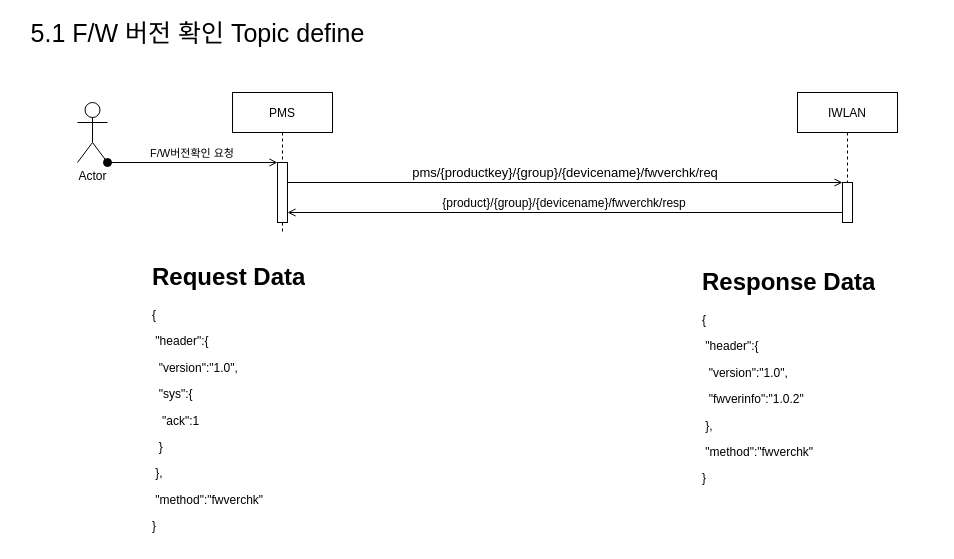
carnavi-jskim/draw.io keeps this draw.io diagram as page "5.1 F/W 버전 확인 Topic define" (1 of 2) of s-project-ota.drawio. Above is the earlier version. Source tidied: cells renumbered, new cells numbered last; positions are measured from the earlier drawing's top-left corner, leaving out a move shared by most shapes. Both pictures are drawn from the tidied source at 100%, with x=0, y=0 at pixel (17, 22).
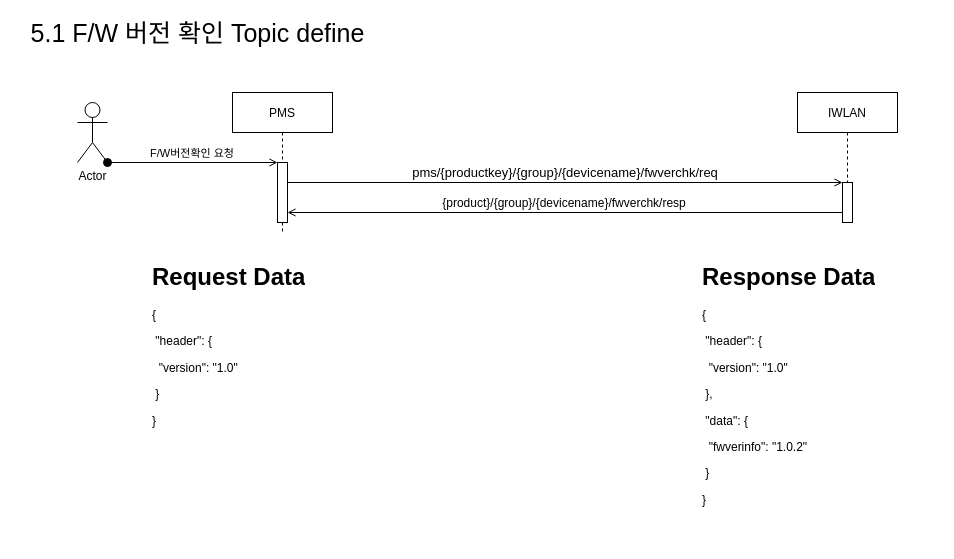
Above is the later version.

What changed in the source:
```diff
@@
 <mxGraphModel>
   <root>
     <mxCell id="0" />
     <mxCell id="1" parent="0" />
     <mxCell id="2" value="PMS" style="shape=umlLifeline;perimeter=lifelinePerimeter;rounded=0;shadow=0;strokeWidth=1;" parent="1" vertex="1">
       <mxGeometry x="215" y="70" width="100" height="140" as="geometry" />
     </mxCell>
     <mxCell id="3" style="points=[];perimeter=orthogonalPerimeter;rounded=0;shadow=0;strokeWidth=1;" parent="2" vertex="1">
       <mxGeometry x="45" y="70" width="10" height="60" as="geometry" />
     </mxCell>
     <mxCell id="4" value="pms/{productkey}/{group}/{devicename}/fwverchk/req" style="verticalAlign=bottom;endArrow=open;entryX=0;entryY=0;shadow=0;strokeWidth=1;fontSize=13;fontStyle=0;endFill=0;" parent="1" edge="1">
       <mxGeometry relative="1" as="geometry">
         <mxPoint x="270" y="160" as="sourcePoint" />
         <mxPoint x="825" y="160" as="targetPoint" />
       </mxGeometry>
     </mxCell>
     <mxCell id="5" value="{product}/{group}/{devicename}/fwverchk/resp" style="verticalAlign=bottom;endArrow=open;entryX=1;entryY=0;shadow=0;strokeWidth=1;fontSize=12;endFill=0;" parent="1" edge="1" source="10">
       <mxGeometry relative="1" as="geometry">
         <mxPoint x="270" y="190" as="targetPoint" />
       </mxGeometry>
     </mxCell>
     <mxCell id="6" value="Actor" style="shape=umlActor;verticalLabelPosition=bottom;verticalAlign=top;html=1;outlineConnect=0;" parent="1" vertex="1">
       <mxGeometry x="60" y="80" width="30" height="60" as="geometry" />
     </mxCell>
     <mxCell id="7" value="F/W버전확인 요청" style="verticalAlign=bottom;startArrow=oval;endArrow=open;startSize=8;shadow=0;strokeWidth=1;exitX=1;exitY=1;exitDx=0;exitDy=0;exitPerimeter=0;endFill=0;" parent="1" edge="1" source="6" target="3">
       <mxGeometry relative="1" as="geometry" />
     </mxCell>
     <mxCell id="8" value="&lt;font style=&quot;font-size: 25px&quot;&gt;5.1 F/W 버전 확인 Topic define&lt;/font&gt;" style="text;html=1;align=center;verticalAlign=middle;strokeColor=none;" parent="1" vertex="1">
       <mxGeometry width="360" height="20" as="geometry" />
     </mxCell>
     <mxCell id="9" value="IWLAN" style="shape=umlLifeline;perimeter=lifelinePerimeter;rounded=0;shadow=0;strokeWidth=1;" parent="1" vertex="1">
       <mxGeometry x="780" y="70" width="100" height="130" as="geometry" />
     </mxCell>
     <mxCell id="10" style="points=[];perimeter=orthogonalPerimeter;rounded=0;shadow=0;strokeWidth=1;" parent="9" vertex="1">
       <mxGeometry x="45" y="90" width="10" height="40" as="geometry" />
     </mxCell>
-    <mxCell id="11" value="&lt;h1&gt;Request Data&lt;/h1&gt;&lt;p&gt;{&lt;/p&gt;&lt;p&gt;&lt;span style=&quot;white-space: pre&quot;&gt; &lt;/span&gt;&quot;header&quot;:{&lt;br&gt;&lt;/p&gt;&lt;p&gt;&lt;span style=&quot;white-space: pre&quot;&gt; &lt;/span&gt;&lt;span style=&quot;white-space: pre&quot;&gt; &lt;/span&gt;&quot;version&quot;:&quot;1.0&quot;,&lt;br&gt;&lt;/p&gt;&lt;p&gt;&lt;span style=&quot;white-space: pre&quot;&gt; &lt;/span&gt;&lt;span style=&quot;white-space: pre&quot;&gt; &lt;/span&gt;&quot;sys&quot;:{&lt;br&gt;&lt;/p&gt;&lt;p&gt;&lt;span style=&quot;white-space: pre&quot;&gt; &lt;/span&gt;&lt;span style=&quot;white-space: pre&quot;&gt; &lt;/span&gt;&lt;span style=&quot;white-space: pre&quot;&gt; &lt;/span&gt;&quot;ack&quot;:1&lt;br&gt;&lt;/p&gt;&lt;p&gt;&lt;span style=&quot;white-space: pre&quot;&gt; &lt;/span&gt;&lt;span style=&quot;white-space: pre&quot;&gt; &lt;/span&gt;}&lt;br&gt;&lt;/p&gt;&lt;p&gt;&lt;span style=&quot;white-space: pre&quot;&gt; &lt;/span&gt;},&lt;br&gt;&lt;/p&gt;&lt;p&gt;&lt;span style=&quot;white-space: pre&quot;&gt; &lt;/span&gt;&quot;method&quot;:&quot;fwverchk&quot;&lt;br&gt;&lt;/p&gt;&lt;p&gt;}&lt;/p&gt;" style="text;html=1;strokeColor=none;fillColor=none;spacing=5;spacingTop=-20;whiteSpace=wrap;overflow=hidden;rounded=0;fontSize=12;" parent="1" vertex="1">
-      <mxGeometry x="130" y="235" width="180" height="285" as="geometry" />
+    <mxCell id="11" value="&lt;h1&gt;Request Data&lt;/h1&gt;&lt;p&gt;{&lt;/p&gt;&lt;p&gt;&lt;span&gt; &lt;/span&gt;&lt;span&gt; &lt;/span&gt;&lt;span style=&quot;white-space: pre&quot;&gt; &lt;/span&gt;&quot;header&quot;: {&lt;/p&gt;&lt;p&gt;&lt;span&gt;  &lt;/span&gt;&lt;span&gt; &lt;/span&gt;&lt;span&gt; &lt;/span&gt;&lt;span style=&quot;white-space: pre&quot;&gt; &lt;/span&gt;&lt;span style=&quot;white-space: pre&quot;&gt; &lt;/span&gt;&quot;version&quot;: &quot;1.0&quot;&lt;/p&gt;&lt;p&gt;&lt;span&gt; &lt;/span&gt;&lt;span&gt; &lt;/span&gt;&lt;span style=&quot;white-space: pre&quot;&gt; &lt;/span&gt;}&lt;/p&gt;&lt;p&gt;}&lt;/p&gt;" style="text;html=1;strokeColor=none;fillColor=none;spacing=5;spacingTop=-20;whiteSpace=wrap;overflow=hidden;rounded=0;fontSize=12;" parent="1" vertex="1">
+      <mxGeometry x="130" y="235" width="230" height="185" as="geometry" />
     </mxCell>
-    <mxCell id="12" value="&lt;h1&gt;Response Data&lt;/h1&gt;&lt;p&gt;{&lt;/p&gt;&lt;p&gt;&lt;span style=&quot;white-space: pre&quot;&gt; &lt;/span&gt;&quot;header&quot;:{&lt;br&gt;&lt;/p&gt;&lt;p&gt;&lt;span style=&quot;white-space: pre&quot;&gt; &lt;/span&gt;&lt;span style=&quot;white-space: pre&quot;&gt; &lt;/span&gt;&quot;version&quot;:&quot;1.0&quot;,&lt;br&gt;&lt;/p&gt;&lt;p&gt;&lt;span style=&quot;white-space: pre&quot;&gt; &lt;/span&gt;&lt;span style=&quot;white-space: pre&quot;&gt; &lt;/span&gt;&quot;fwverinfo&quot;:&quot;1.0.2&quot;&lt;/p&gt;&lt;p&gt;&lt;span style=&quot;white-space: pre&quot;&gt; &lt;/span&gt;},&lt;br&gt;&lt;/p&gt;&lt;p&gt;&lt;span style=&quot;white-space: pre&quot;&gt; &lt;/span&gt;&quot;method&quot;:&quot;fwverchk&quot;&lt;br&gt;&lt;/p&gt;&lt;p&gt;}&lt;/p&gt;" style="text;html=1;strokeColor=none;fillColor=none;spacing=5;spacingTop=-20;whiteSpace=wrap;overflow=hidden;rounded=0;fontSize=12;" parent="1" vertex="1">
-      <mxGeometry x="680" y="240" width="190" height="250" as="geometry" />
+    <mxCell id="12" value="&lt;h1&gt;Response Data&lt;/h1&gt;&lt;p&gt;&lt;/p&gt;&lt;span&gt;&lt;p&gt;{&lt;/p&gt;&lt;p&gt;&lt;span&gt;&lt;span style=&quot;white-space: pre&quot;&gt; &lt;/span&gt;&quot;header&quot;: {&lt;/span&gt;&lt;br&gt;&lt;/p&gt;&lt;p&gt;&lt;span&gt;&lt;span style=&quot;white-space: pre&quot;&gt; &lt;span style=&quot;white-space: pre&quot;&gt; &lt;/span&gt;&lt;/span&gt;&quot;version&quot;: &quot;1.0&quot;&lt;/span&gt;&lt;br&gt;&lt;/p&gt;&lt;p&gt;&lt;span&gt;&lt;span style=&quot;white-space: pre&quot;&gt; &lt;/span&gt;},&lt;/span&gt;&lt;br&gt;&lt;/p&gt;&lt;p&gt;&lt;span&gt;&lt;span style=&quot;white-space: pre&quot;&gt; &lt;/span&gt;&quot;data&quot;: {&lt;/span&gt;&lt;/p&gt;&lt;p&gt;&lt;span&gt;&lt;span style=&quot;white-space: pre&quot;&gt; &lt;span style=&quot;white-space: pre&quot;&gt; &lt;/span&gt;&quot;&lt;/span&gt;&lt;/span&gt;&lt;span&gt;fwverinfo&quot;: &quot;1.0.2&quot;&lt;/span&gt;&lt;/p&gt;&lt;p&gt;&lt;span&gt; &lt;/span&gt;&lt;span style=&quot;white-space: pre&quot;&gt; &lt;/span&gt;}&lt;/p&gt;&lt;p&gt;}&lt;/p&gt;&lt;/span&gt;" style="text;html=1;strokeColor=none;fillColor=none;spacing=5;spacingTop=-20;whiteSpace=wrap;overflow=hidden;rounded=0;fontSize=12;" parent="1" vertex="1">
+      <mxGeometry x="680" y="235" width="240" height="255" as="geometry" />
     </mxCell>
   </root>
 </mxGraphModel>
```
